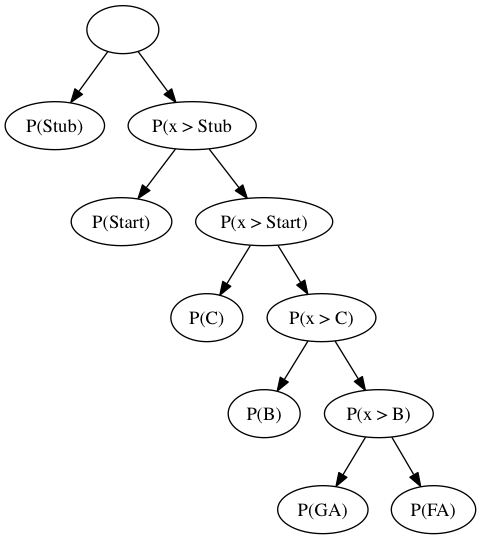
jrnold/wikidit keeps this Graphviz diagram as notebooks/model.gv.png. Above is the earlier version. Its source is kept beside it as notebooks/model.gv. The source it was exported from:
```dot
digraph {
	root [label=""]
	stub [label="P(Stub)"]
	gtstub [label="P(x > Stub"]
	start [label="P(Start)"]
	gtstart [label="P(x > Start)"]
	c [label="P(C)"]
	gtc [label="P(x > C)"]
	b [label="P(B)"]
	gtb [label="P(x > B)"]
	ga [label="P(GA)"]
	fa [label="P(FA)"]
	root -> stub
	root -> gtstub
	gtstub -> start
	gtstub -> gtstart
	gtstart -> c
	gtstart -> gtc
	gtc -> b
	gtc -> gtb
	gtb -> ga
	gtb -> fa
}
```
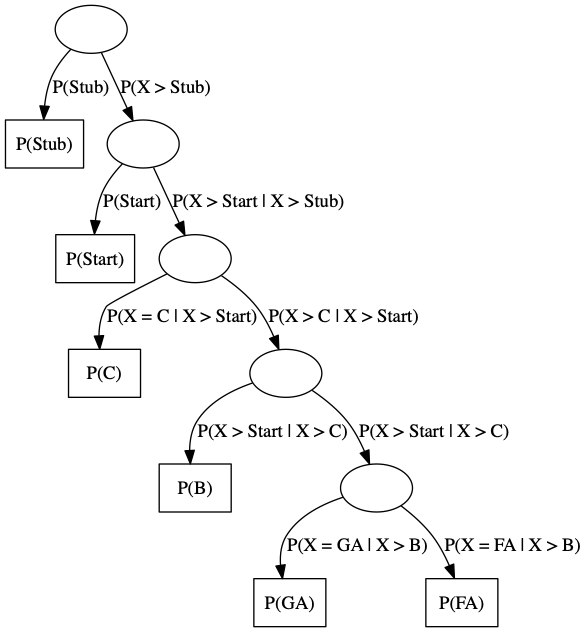
After the commit.

The edit, as a diff of the source:
```diff
@@ -1,23 +1,23 @@
 digraph {
 	root [label=""]
-	stub [label="P(Stub)"]
-	gtstub [label="P(x > Stub"]
-	start [label="P(Start)"]
-	gtstart [label="P(x > Start)"]
-	c [label="P(C)"]
-	gtc [label="P(x > C)"]
-	b [label="P(B)"]
-	gtb [label="P(x > B)"]
-	ga [label="P(GA)"]
-	fa [label="P(FA)"]
-	root -> stub
-	root -> gtstub
-	gtstub -> start
-	gtstub -> gtstart
-	gtstart -> c
-	gtstart -> gtc
-	gtc -> b
-	gtc -> gtb
-	gtb -> ga
-	gtb -> fa
+	stub [label="P(Stub)" shape=rectangle]
+	gtstub [label=""]
+	start [label="P(Start)" shape=rectangle]
+	gtstart [label=""]
+	c [label="P(C)" shape=rectangle]
+	gtc [label=""]
+	b [label="P(B)" shape=rectangle]
+	gtb [label=""]
+	ga [label="P(GA)" shape=rectangle]
+	fa [label="P(FA)" shape=rectangle]
+	root -> stub [label="P(Stub)"]
+	root -> gtstub [label="P(X > Stub)"]
+	gtstub -> start [label="P(Start)"]
+	gtstub -> gtstart [label="P(X > Start | X > Stub)"]
+	gtstart -> c [label="P(X = C | X > Start)"]
+	gtstart -> gtc [label="P(X > C | X > Start)"]
+	gtc -> b [label="P(X > Start | X > C)"]
+	gtc -> gtb [label="P(X > Start | X > C)"]
+	gtb -> ga [label="P(X = GA | X > B)"]
+	gtb -> fa [label="P(X = FA | X > B)"]
 }
```
